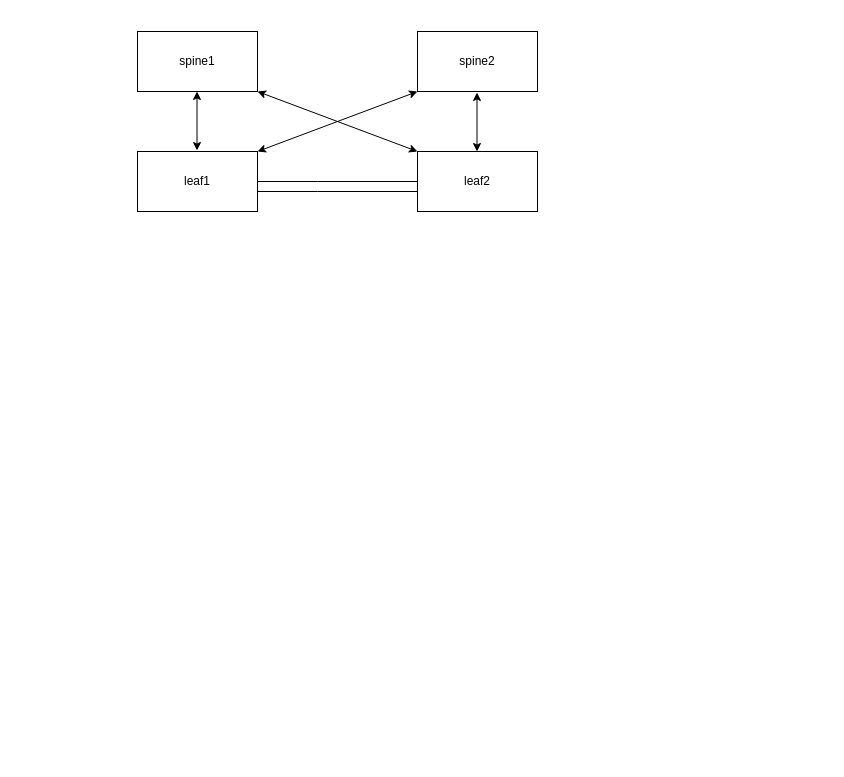
Above: Untitled Diagram.drawio in mdwazeeruddin85/new_career (draw.io), before the change. Source tidied: cells renumbered, new cells numbered last; positions are measured from the earlier drawing's top-left corner, leaving out a move shared by most shapes. Both pictures are drawn from the tidied source at 100%, with x=0, y=0 at pixel (137, 31).
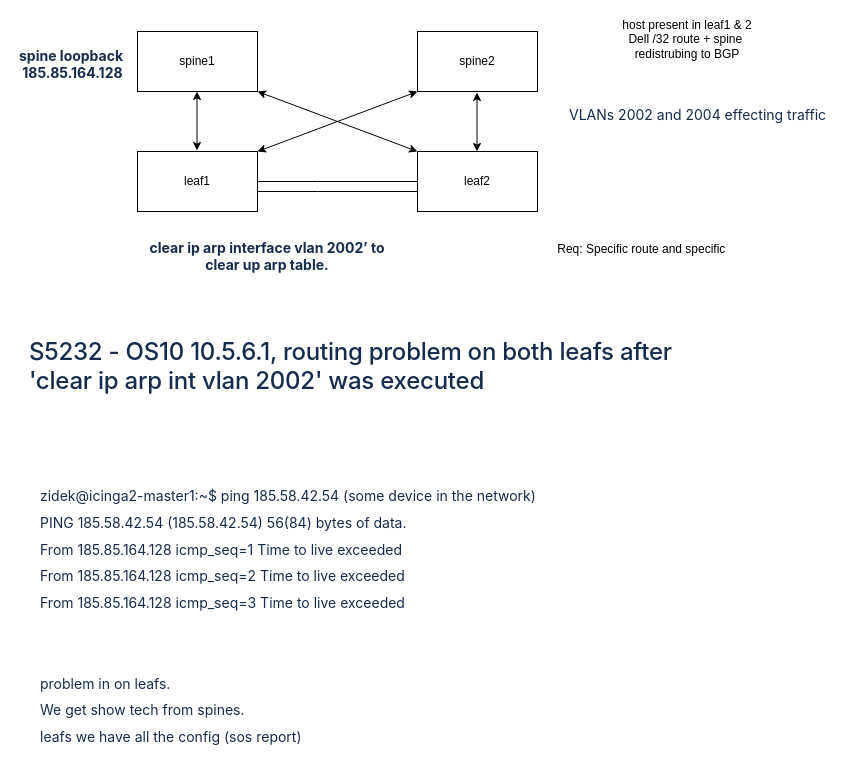
The same diagram, later.

The edit, as a diff of the source:
```diff
@@
+    <mxCell id="13" value="&lt;span style=&quot;color: rgb(23, 43, 77); font-family: -apple-system, BlinkMacSystemFont, &amp;quot;Segoe UI&amp;quot;, Roboto, Oxygen, Ubuntu, &amp;quot;Fira Sans&amp;quot;, &amp;quot;Droid Sans&amp;quot;, &amp;quot;Helvetica Neue&amp;quot;, sans-serif; font-size: 14px; text-align: left; background-color: rgb(255, 255, 255);&quot;&gt;clear ip arp interface vlan 2002’ to clear up arp table.&lt;/span&gt;" style="text;html=1;align=center;verticalAlign=middle;whiteSpace=wrap;rounded=0;fontStyle=1;" parent="1" vertex="1">
+      <mxGeometry y="210" width="260" height="30" as="geometry" />
+    </mxCell>
+    <mxCell id="14" style="edgeStyle=orthogonalEdgeStyle;rounded=0;orthogonalLoop=1;jettySize=auto;html=1;exitX=0.5;exitY=1;exitDx=0;exitDy=0;fontStyle=1;" parent="1" edge="1" source="13" target="13">
+      <mxGeometry relative="1" as="geometry" />
+    </mxCell>
+    <mxCell id="15" value="&lt;span style=&quot;color: rgb(23, 43, 77); font-family: -apple-system, BlinkMacSystemFont, &amp;quot;Segoe UI&amp;quot;, Roboto, Oxygen, Ubuntu, &amp;quot;Fira Sans&amp;quot;, &amp;quot;Droid Sans&amp;quot;, &amp;quot;Helvetica Neue&amp;quot;, sans-serif; font-size: 24px; font-style: normal; font-variant-ligatures: normal; font-variant-caps: normal; font-weight: 500; letter-spacing: -0.24px; orphans: 2; text-align: left; text-indent: 0px; text-transform: none; widows: 2; word-spacing: 0px; -webkit-text-stroke-width: 0px; white-space: normal; background-color: rgb(255, 255, 255); text-decoration-thickness: initial; text-decoration-style: initial; text-decoration-color: initial; display: inline !important; float: none;&quot;&gt;S5232 - OS10 10.5.6.1, routing problem on both leafs after 'clear ip arp int vlan 2002' was executed&lt;/span&gt;&lt;br class=&quot;Apple-interchange-newline&quot;&gt;" style="text;whiteSpace=wrap;html=1;" parent="1" vertex="1">
+      <mxGeometry x="-110" y="300" width="660" height="110" as="geometry" />
+    </mxCell>
+    <mxCell id="16" value="&lt;h1 style=&quot;margin-top: 0px;&quot;&gt;&lt;span style=&quot;color: rgb(23, 43, 77); font-family: -apple-system, BlinkMacSystemFont, &amp;quot;Segoe UI&amp;quot;, Roboto, Oxygen, Ubuntu, &amp;quot;Fira Sans&amp;quot;, &amp;quot;Droid Sans&amp;quot;, &amp;quot;Helvetica Neue&amp;quot;, sans-serif; font-size: 14px; font-weight: 400; background-color: rgb(255, 255, 255);&quot;&gt;VLANs 2002 and 2004 effecting traffic&lt;/span&gt;&lt;br&gt;&lt;/h1&gt;&lt;div&gt;&lt;span style=&quot;color: rgb(23, 43, 77); font-family: -apple-system, BlinkMacSystemFont, &amp;quot;Segoe UI&amp;quot;, Roboto, Oxygen, Ubuntu, &amp;quot;Fira Sans&amp;quot;, &amp;quot;Droid Sans&amp;quot;, &amp;quot;Helvetica Neue&amp;quot;, sans-serif; font-size: 14px; font-weight: 400; background-color: rgb(255, 255, 255);&quot;&gt;&lt;br&gt;&lt;/span&gt;&lt;/div&gt;" style="text;html=1;whiteSpace=wrap;overflow=hidden;rounded=0;" parent="1" vertex="1">
+      <mxGeometry x="430" y="60" width="260" height="120" as="geometry" />
+    </mxCell>
+    <mxCell id="17" value="&lt;p style=&quot;margin: 10px 0px 0px; padding: 0px; color: rgb(23, 43, 77); font-family: -apple-system, BlinkMacSystemFont, &amp;quot;Segoe UI&amp;quot;, Roboto, Oxygen, Ubuntu, &amp;quot;Fira Sans&amp;quot;, &amp;quot;Droid Sans&amp;quot;, &amp;quot;Helvetica Neue&amp;quot;, sans-serif; font-size: 14px; font-style: normal; font-variant-ligatures: normal; font-variant-caps: normal; font-weight: 400; letter-spacing: normal; orphans: 2; text-align: left; text-indent: 0px; text-transform: none; widows: 2; word-spacing: 0px; -webkit-text-stroke-width: 0px; white-space: normal; background-color: rgb(255, 255, 255); text-decoration-thickness: initial; text-decoration-style: initial; text-decoration-color: initial;&quot;&gt;zidek@icinga2-master1:~$ ping 185.58.42.54 (some device in the network)&lt;/p&gt;&lt;p style=&quot;margin: 10px 0px 0px; padding: 0px; color: rgb(23, 43, 77); font-family: -apple-system, BlinkMacSystemFont, &amp;quot;Segoe UI&amp;quot;, Roboto, Oxygen, Ubuntu, &amp;quot;Fira Sans&amp;quot;, &amp;quot;Droid Sans&amp;quot;, &amp;quot;Helvetica Neue&amp;quot;, sans-serif; font-size: 14px; font-style: normal; font-variant-ligatures: normal; font-variant-caps: normal; font-weight: 400; letter-spacing: normal; orphans: 2; text-align: left; text-indent: 0px; text-transform: none; widows: 2; word-spacing: 0px; -webkit-text-stroke-width: 0px; white-space: normal; background-color: rgb(255, 255, 255); text-decoration-thickness: initial; text-decoration-style: initial; text-decoration-color: initial;&quot;&gt;PING 185.58.42.54 (185.58.42.54) 56(84) bytes of data.&lt;/p&gt;&lt;p style=&quot;margin: 10px 0px 0px; padding: 0px; color: rgb(23, 43, 77); font-family: -apple-system, BlinkMacSystemFont, &amp;quot;Segoe UI&amp;quot;, Roboto, Oxygen, Ubuntu, &amp;quot;Fira Sans&amp;quot;, &amp;quot;Droid Sans&amp;quot;, &amp;quot;Helvetica Neue&amp;quot;, sans-serif; font-size: 14px; font-style: normal; font-variant-ligatures: normal; font-variant-caps: normal; font-weight: 400; letter-spacing: normal; orphans: 2; text-align: left; text-indent: 0px; text-transform: none; widows: 2; word-spacing: 0px; -webkit-text-stroke-width: 0px; white-space: normal; background-color: rgb(255, 255, 255); text-decoration-thickness: initial; text-decoration-style: initial; text-decoration-color: initial;&quot;&gt;From 185.85.164.128 icmp_seq=1 Time to live exceeded&lt;/p&gt;&lt;p style=&quot;margin: 10px 0px 0px; padding: 0px; color: rgb(23, 43, 77); font-family: -apple-system, BlinkMacSystemFont, &amp;quot;Segoe UI&amp;quot;, Roboto, Oxygen, Ubuntu, &amp;quot;Fira Sans&amp;quot;, &amp;quot;Droid Sans&amp;quot;, &amp;quot;Helvetica Neue&amp;quot;, sans-serif; font-size: 14px; font-style: normal; font-variant-ligatures: normal; font-variant-caps: normal; font-weight: 400; letter-spacing: normal; orphans: 2; text-align: left; text-indent: 0px; text-transform: none; widows: 2; word-spacing: 0px; -webkit-text-stroke-width: 0px; white-space: normal; background-color: rgb(255, 255, 255); text-decoration-thickness: initial; text-decoration-style: initial; text-decoration-color: initial;&quot;&gt;From 185.85.164.128 icmp_seq=2 Time to live exceeded&lt;/p&gt;&lt;p style=&quot;margin: 10px 0px 0px; padding: 0px; color: rgb(23, 43, 77); font-family: -apple-system, BlinkMacSystemFont, &amp;quot;Segoe UI&amp;quot;, Roboto, Oxygen, Ubuntu, &amp;quot;Fira Sans&amp;quot;, &amp;quot;Droid Sans&amp;quot;, &amp;quot;Helvetica Neue&amp;quot;, sans-serif; font-size: 14px; font-style: normal; font-variant-ligatures: normal; font-variant-caps: normal; font-weight: 400; letter-spacing: normal; orphans: 2; text-align: left; text-indent: 0px; text-transform: none; widows: 2; word-spacing: 0px; -webkit-text-stroke-width: 0px; white-space: normal; background-color: rgb(255, 255, 255); text-decoration-thickness: initial; text-decoration-style: initial; text-decoration-color: initial;&quot;&gt;From 185.85.164.128 icmp_seq=3 Time to live exceeded&lt;/p&gt;&lt;p style=&quot;margin: 10px 0px 0px; padding: 0px; color: rgb(23, 43, 77); font-family: -apple-system, BlinkMacSystemFont, &amp;quot;Segoe UI&amp;quot;, Roboto, Oxygen, Ubuntu, &amp;quot;Fira Sans&amp;quot;, &amp;quot;Droid Sans&amp;quot;, &amp;quot;Helvetica Neue&amp;quot;, sans-serif; font-size: 14px; font-style: normal; font-variant-ligatures: normal; font-variant-caps: normal; font-weight: 400; letter-spacing: normal; orphans: 2; text-align: left; text-indent: 0px; text-transform: none; widows: 2; word-spacing: 0px; -webkit-text-stroke-width: 0px; white-space: normal; background-color: rgb(255, 255, 255); text-decoration-thickness: initial; text-decoration-style: initial; text-decoration-color: initial;&quot;&gt;&lt;br&gt;&lt;/p&gt;&lt;p style=&quot;margin: 10px 0px 0px; padding: 0px; color: rgb(23, 43, 77); font-family: -apple-system, BlinkMacSystemFont, &amp;quot;Segoe UI&amp;quot;, Roboto, Oxygen, Ubuntu, &amp;quot;Fira Sans&amp;quot;, &amp;quot;Droid Sans&amp;quot;, &amp;quot;Helvetica Neue&amp;quot;, sans-serif; font-size: 14px; font-style: normal; font-variant-ligatures: normal; font-variant-caps: normal; font-weight: 400; letter-spacing: normal; orphans: 2; text-align: left; text-indent: 0px; text-transform: none; widows: 2; word-spacing: 0px; -webkit-text-stroke-width: 0px; white-space: normal; background-color: rgb(255, 255, 255); text-decoration-thickness: initial; text-decoration-style: initial; text-decoration-color: initial;&quot;&gt;&lt;br&gt;&lt;/p&gt;&lt;p style=&quot;margin: 10px 0px 0px; padding: 0px; background-color: rgb(255, 255, 255);&quot;&gt;&lt;font face=&quot;-apple-system, BlinkMacSystemFont, Segoe UI, Roboto, Oxygen, Ubuntu, Fira Sans, Droid Sans, Helvetica Neue, sans-serif&quot; color=&quot;#172b4d&quot;&gt;&lt;span style=&quot;font-size: 14px;&quot;&gt;problem in on leafs.&lt;/span&gt;&lt;/font&gt;&lt;/p&gt;&lt;p style=&quot;margin: 10px 0px 0px; padding: 0px; background-color: rgb(255, 255, 255);&quot;&gt;&lt;font face=&quot;-apple-system, BlinkMacSystemFont, Segoe UI, Roboto, Oxygen, Ubuntu, Fira Sans, Droid Sans, Helvetica Neue, sans-serif&quot; color=&quot;#172b4d&quot;&gt;&lt;span style=&quot;font-size: 14px;&quot;&gt;We get show tech from spines.&lt;/span&gt;&lt;/font&gt;&lt;/p&gt;&lt;p style=&quot;margin: 10px 0px 0px; padding: 0px; background-color: rgb(255, 255, 255);&quot;&gt;&lt;font face=&quot;-apple-system, BlinkMacSystemFont, Segoe UI, Roboto, Oxygen, Ubuntu, Fira Sans, Droid Sans, Helvetica Neue, sans-serif&quot; color=&quot;#172b4d&quot;&gt;&lt;span style=&quot;font-size: 14px;&quot;&gt;leafs we have all the config (sos report)&lt;/span&gt;&lt;/font&gt;&lt;/p&gt;&lt;div&gt;&lt;br&gt;&lt;/div&gt;" style="text;whiteSpace=wrap;html=1;" parent="1" vertex="1">
+      <mxGeometry x="-99" y="440" width="600" height="160" as="geometry" />
+    </mxCell>
+    <mxCell id="18" value="&lt;span style=&quot;color: rgb(23, 43, 77); font-family: -apple-system, BlinkMacSystemFont, &amp;quot;Segoe UI&amp;quot;, Roboto, Oxygen, Ubuntu, &amp;quot;Fira Sans&amp;quot;, &amp;quot;Droid Sans&amp;quot;, &amp;quot;Helvetica Neue&amp;quot;, sans-serif; font-size: 14px; font-style: normal; font-variant-ligatures: normal; font-variant-caps: normal; letter-spacing: normal; orphans: 2; text-align: left; text-indent: 0px; text-transform: none; widows: 2; word-spacing: 0px; -webkit-text-stroke-width: 0px; white-space: normal; background-color: rgb(255, 255, 255); text-decoration-thickness: initial; text-decoration-style: initial; text-decoration-color: initial; float: none; display: inline !important;&quot;&gt;&lt;span&gt;spine loopback&lt;/span&gt;&lt;/span&gt;&lt;div&gt;&lt;span style=&quot;color: rgb(23, 43, 77); font-family: -apple-system, BlinkMacSystemFont, &amp;quot;Segoe UI&amp;quot;, Roboto, Oxygen, Ubuntu, &amp;quot;Fira Sans&amp;quot;, &amp;quot;Droid Sans&amp;quot;, &amp;quot;Helvetica Neue&amp;quot;, sans-serif; font-size: 14px; font-style: normal; font-variant-ligatures: normal; font-variant-caps: normal; letter-spacing: normal; orphans: 2; text-align: left; text-indent: 0px; text-transform: none; widows: 2; word-spacing: 0px; -webkit-text-stroke-width: 0px; white-space: normal; background-color: rgb(255, 255, 255); text-decoration-thickness: initial; text-decoration-style: initial; text-decoration-color: initial; float: none; display: inline !important;&quot;&gt;&lt;span&gt;&amp;nbsp;&lt;/span&gt;185.85.164.128&lt;/span&gt;&lt;/div&gt;" style="text;whiteSpace=wrap;html=1;fontStyle=1;" parent="1" vertex="1">
+      <mxGeometry x="-120" y="10" width="130" height="40" as="geometry" />
+    </mxCell>
+    <mxCell id="19" value="host present in leaf1 &amp;amp; 2 &lt;br&gt;Dell /32 route + spine&amp;nbsp;&lt;div&gt;redistrubing to BGP&lt;/div&gt;&lt;div&gt;&lt;br&gt;&lt;/div&gt;" style="text;html=1;align=center;verticalAlign=middle;whiteSpace=wrap;rounded=0;" parent="1" vertex="1">
+      <mxGeometry x="470" width="160" height="30" as="geometry" />
+    </mxCell>
+    <mxCell id="20" value="Req: Specific route and specific&amp;nbsp;&lt;div&gt;&lt;br&gt;&lt;/div&gt;" style="text;html=1;align=center;verticalAlign=middle;whiteSpace=wrap;rounded=0;" parent="1" vertex="1">
+      <mxGeometry x="411" y="210" width="190" height="30" as="geometry" />
+    </mxCell>
```
